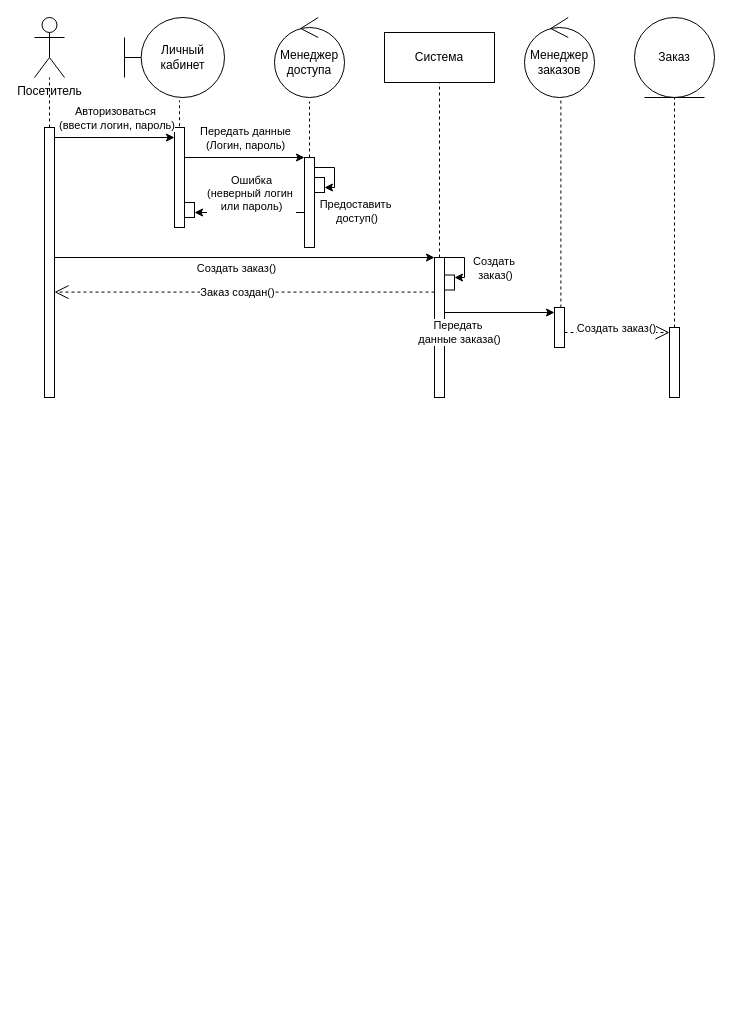
This is AKMS_4.drawio from mopsin666/AKMS, a draw.io file, before an edit. Source tidied: cells renumbered, new cells numbered last; positions are measured from the earlier drawing's top-left corner, leaving out a move shared by most shapes. Both pictures are drawn from the tidied source at 100%, with x=0, y=0 at pixel (34, 17).
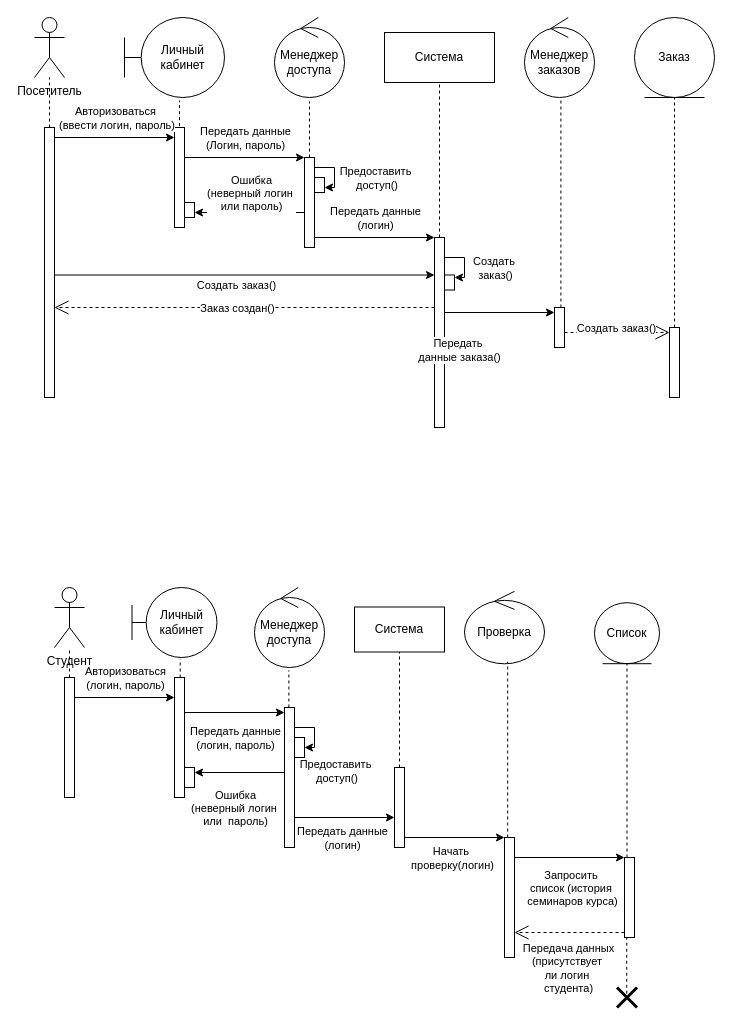
Above is the later version.

The change refers to these unchanged cells:
```xml
<mxCell id="14" style="edgeStyle=orthogonalEdgeStyle;rounded=0;jettySize=auto;html=1;curved=0;" parent="1" edge="1" source="16" target="20">
  <mxGeometry relative="1" as="geometry">
    <Array as="points">
      <mxPoint x="300" y="150" />
      <mxPoint x="300" y="170" />
    </Array>
  </mxGeometry>
</mxCell>
<mxCell id="16" style="html=1;points=[[0,0,0,0,5],[0,1,0,0,-5],[1,0,0,0,5],[1,1,0,0,-5]];perimeter=orthogonalPerimeter;outlineConnect=0;targetShapes=umlLifeline;portConstraint=eastwest;newEdgeStyle={&quot;curved&quot;:0,&quot;rounded&quot;:0};" parent="1" vertex="1">
  <mxGeometry x="270" y="140" width="10" height="90" as="geometry" />
</mxCell>
```

Change to the diagram source:
```diff
@@
     <mxCell id="15" value="Предоставить&lt;div&gt;&amp;nbsp;доступ()&lt;/div&gt;" style="edgeLabel;html=1;align=center;verticalAlign=middle;" parent="14" vertex="1">
       <mxGeometry x="-0.21" y="-1" relative="1" as="geometry">
-        <mxPoint x="21" y="43" as="offset" />
+        <mxPoint x="41" y="10" as="offset" />
       </mxGeometry>
     </mxCell>
@@
     <mxCell id="25" style="html=1;points=[[0,0,0,0,5],[0,1,0,0,-5],[1,0,0,0,5],[1,1,0,0,-5]];perimeter=orthogonalPerimeter;outlineConnect=0;targetShapes=umlLifeline;portConstraint=eastwest;newEdgeStyle={&quot;curved&quot;:0,&quot;rounded&quot;:0};" parent="1" vertex="1">
-      <mxGeometry x="400" y="240" width="10" height="140" as="geometry" />
+      <mxGeometry x="400" y="220" width="10" height="190" as="geometry" />
     </mxCell>
     <mxCell id="26" style="endArrow=open;dashed=1;endFill=0;endSize=12;html=1;rounded=0;exitX=0;exitY=1;exitDx=0;exitDy=-5;exitPerimeter=0;" parent="1" edge="1">
       <mxGeometry relative="1" as="geometry">
-        <mxPoint x="400" y="274.6" as="sourcePoint" />
-        <mxPoint x="20" y="274.6" as="targetPoint" />
+        <mxPoint x="400" y="290" as="sourcePoint" />
+        <mxPoint x="20" y="290" as="targetPoint" />
       </mxGeometry>
     </mxCell>
@@
     <mxCell id="28" style="endArrow=classic;html=1;rounded=0;entryX=0;entryY=0.5;entryDx=0;entryDy=0;entryPerimeter=0;" parent="1" edge="1">
       <mxGeometry relative="1" as="geometry">
-        <mxPoint x="20" y="240" as="sourcePoint" />
-        <mxPoint x="400" y="240" as="targetPoint" />
+        <mxPoint x="20" y="257.5" as="sourcePoint" />
+        <mxPoint x="400" y="257.5" as="targetPoint" />
       </mxGeometry>
     </mxCell>
@@
+    <mxCell id="41" value="Студент" style="shape=umlActor;verticalLabelPosition=bottom;verticalAlign=top;html=1;outlineConnect=0;" parent="1" vertex="1">
+      <mxGeometry x="20" y="570" width="30" height="60" as="geometry" />
+    </mxCell>
+    <mxCell id="42" value="Личный кабинет" style="shape=umlBoundary;whiteSpace=wrap;html=1;" parent="1" vertex="1">
+      <mxGeometry x="97.5" y="570" width="85" height="70" as="geometry" />
+    </mxCell>
+    <mxCell id="43" value="Менеджер доступа" style="ellipse;shape=umlControl;whiteSpace=wrap;html=1;" parent="1" vertex="1">
+      <mxGeometry x="220" y="570" width="70" height="80" as="geometry" />
+    </mxCell>
+    <mxCell id="44" value="Проверка" style="ellipse;shape=umlControl;whiteSpace=wrap;html=1;" parent="1" vertex="1">
+      <mxGeometry x="430" y="573.8" width="80" height="72.5" as="geometry" />
+    </mxCell>
+    <mxCell id="45" value="Список" style="ellipse;shape=umlEntity;whiteSpace=wrap;html=1;" parent="1" vertex="1">
+      <mxGeometry x="560" y="585.2" width="65" height="61" as="geometry" />
+    </mxCell>
+    <mxCell id="46" style="html=1;points=[[0,0,0,0,5],[0,1,0,0,-5],[1,0,0,0,5],[1,1,0,0,-5]];perimeter=orthogonalPerimeter;outlineConnect=0;targetShapes=umlLifeline;portConstraint=eastwest;newEdgeStyle={&quot;curved&quot;:0,&quot;rounded&quot;:0};" parent="1" vertex="1">
+      <mxGeometry x="30" y="660" width="10" height="120" as="geometry" />
+    </mxCell>
+    <mxCell id="47" style="endArrow=none;dashed=1;html=1;rounded=0;" parent="1" edge="1" source="46" target="41">
+      <mxGeometry relative="1" as="geometry" />
+    </mxCell>
+    <mxCell id="48" style="html=1;points=[[0,0,0,0,5],[0,1,0,0,-5],[1,0,0,0,5],[1,1,0,0,-5]];perimeter=orthogonalPerimeter;outlineConnect=0;targetShapes=umlLifeline;portConstraint=eastwest;newEdgeStyle={&quot;curved&quot;:0,&quot;rounded&quot;:0};" parent="1" vertex="1">
+      <mxGeometry x="140" y="660" width="10" height="120" as="geometry" />
+    </mxCell>
+    <mxCell id="49" style="endArrow=none;dashed=1;html=1;rounded=0;entryX=0.567;entryY=1.022;entryDx=0;entryDy=0;entryPerimeter=0;" parent="1" edge="1" source="48" target="42">
+      <mxGeometry relative="1" as="geometry" />
+    </mxCell>
+    <mxCell id="50" style="endArrow=classic;html=1;rounded=0;" parent="1" edge="1" source="46">
+      <mxGeometry relative="1" as="geometry">
+        <mxPoint x="140" y="680" as="targetPoint" />
+      </mxGeometry>
+    </mxCell>
+    <mxCell id="51" value="Авторизоваться&lt;div&gt;(логин, пароль)&lt;/div&gt;" style="edgeLabel;html=1;align=center;verticalAlign=middle;" parent="50" vertex="1">
+      <mxGeometry x="-0.14" relative="1" as="geometry">
+        <mxPoint x="7" y="-20" as="offset" />
+      </mxGeometry>
+    </mxCell>
+    <mxCell id="52" style="endArrow=none;dashed=1;html=1;rounded=0;entryX=0.491;entryY=1.035;entryDx=0;entryDy=0;entryPerimeter=0;" parent="1" edge="1" source="53" target="43">
+      <mxGeometry relative="1" as="geometry" />
+    </mxCell>
+    <mxCell id="53" style="html=1;points=[[0,0,0,0,5],[0,1,0,0,-5],[1,0,0,0,5],[1,1,0,0,-5]];perimeter=orthogonalPerimeter;outlineConnect=0;targetShapes=umlLifeline;portConstraint=eastwest;newEdgeStyle={&quot;curved&quot;:0,&quot;rounded&quot;:0};" parent="1" vertex="1">
+      <mxGeometry x="250" y="690" width="10" height="140" as="geometry" />
+    </mxCell>
+    <mxCell id="54" style="endArrow=classic;html=1;rounded=0;entryX=0;entryY=0;entryDx=0;entryDy=5;entryPerimeter=0;" parent="1" edge="1" source="48" target="53">
+      <mxGeometry relative="1" as="geometry" />
+    </mxCell>
+    <mxCell id="55" value="Передать данные&lt;br&gt;&lt;div&gt;(логин, пароль)&lt;/div&gt;" style="edgeLabel;html=1;align=center;verticalAlign=middle;" parent="54" vertex="1">
+      <mxGeometry x="-0.14" relative="1" as="geometry">
+        <mxPoint x="7" y="25" as="offset" />
+      </mxGeometry>
+    </mxCell>
+    <mxCell id="56" style="html=1;perimeter=orthogonalPerimeter;targetShapes=umlLifeline;newEdgeStyle={&quot;curved&quot;:0,&quot;rounded&quot;:0};" parent="1" vertex="1">
+      <mxGeometry x="260" y="720" width="10" height="20" as="geometry" />
+    </mxCell>
+    <mxCell id="57" style="edgeStyle=orthogonalEdgeStyle;rounded=0;orthogonalLoop=1;jettySize=auto;html=1;curved=0;" parent="1" edge="1">
+      <mxGeometry relative="1" as="geometry">
+        <mxPoint x="260" y="710" as="sourcePoint" />
+        <mxPoint x="270" y="730" as="targetPoint" />
+        <Array as="points">
+          <mxPoint x="280" y="710" />
+          <mxPoint x="280" y="730" />
+        </Array>
+      </mxGeometry>
+    </mxCell>
+    <mxCell id="58" value="Предоставить&lt;div&gt;&amp;nbsp;доступ()&lt;/div&gt;" style="edgeLabel;html=1;align=center;verticalAlign=middle;" parent="57" vertex="1">
+      <mxGeometry x="-0.21" y="-1" relative="1" as="geometry">
+        <mxPoint x="21" y="43" as="offset" />
+      </mxGeometry>
+    </mxCell>
+    <mxCell id="59" style="html=1;points=[[0,0,0,0,5],[0,1,0,0,-5],[1,0,0,0,5],[1,1,0,0,-5]];perimeter=orthogonalPerimeter;outlineConnect=0;targetShapes=umlLifeline;portConstraint=eastwest;newEdgeStyle={&quot;curved&quot;:0,&quot;rounded&quot;:0};" parent="1" vertex="1">
+      <mxGeometry x="150" y="750" width="10" height="20" as="geometry" />
+    </mxCell>
+    <mxCell id="60" style="endArrow=classic;html=1;rounded=0;entryX=1;entryY=0;entryDx=0;entryDy=5;entryPerimeter=0;" parent="1" edge="1" source="53" target="59">
+      <mxGeometry relative="1" as="geometry" />
+    </mxCell>
+    <mxCell id="61" value="Ошибка&lt;div&gt;(неверный логин&amp;nbsp;&lt;/div&gt;&lt;div&gt;или&amp;nbsp; пароль)&lt;/div&gt;" style="edgeLabel;html=1;align=center;verticalAlign=middle;" parent="60" vertex="1">
+      <mxGeometry x="-0.14" relative="1" as="geometry">
+        <mxPoint x="-11" y="35" as="offset" />
+      </mxGeometry>
+    </mxCell>
+    <mxCell id="62" style="endArrow=none;dashed=1;html=1;rounded=0;entryX=0.54;entryY=0.973;entryDx=0;entryDy=0;entryPerimeter=0;" parent="1" edge="1" source="63" target="44">
+      <mxGeometry relative="1" as="geometry" />
+    </mxCell>
+    <mxCell id="63" style="html=1;points=[[0,0,0,0,5],[0,1,0,0,-5],[1,0,0,0,5],[1,1,0,0,-5]];perimeter=orthogonalPerimeter;outlineConnect=0;targetShapes=umlLifeline;portConstraint=eastwest;newEdgeStyle={&quot;curved&quot;:0,&quot;rounded&quot;:0};" parent="1" vertex="1">
+      <mxGeometry x="470" y="820" width="10" height="120" as="geometry" />
+    </mxCell>
+    <mxCell id="64" value="Система" style="html=1;whiteSpace=wrap;" parent="1" vertex="1">
+      <mxGeometry x="320" y="589.5" width="90" height="45" as="geometry" />
+    </mxCell>
+    <mxCell id="65" style="html=1;points=[[0,0,0,0,5],[0,1,0,0,-5],[1,0,0,0,5],[1,1,0,0,-5]];perimeter=orthogonalPerimeter;outlineConnect=0;targetShapes=umlLifeline;portConstraint=eastwest;newEdgeStyle={&quot;curved&quot;:0,&quot;rounded&quot;:0};" parent="1" vertex="1">
+      <mxGeometry x="360" y="750" width="10" height="80" as="geometry" />
+    </mxCell>
+    <mxCell id="66" style="endArrow=none;dashed=1;html=1;rounded=0;entryX=0.5;entryY=1;entryDx=0;entryDy=0;" parent="1" edge="1" source="65" target="64">
+      <mxGeometry relative="1" as="geometry" />
+    </mxCell>
+    <mxCell id="67" style="endArrow=classic;html=1;rounded=0;" parent="1" edge="1" source="16" target="25">
+      <mxGeometry relative="1" as="geometry" />
+    </mxCell>
+    <mxCell id="68" value="Передать данные&lt;div&gt;(логин)&lt;/div&gt;" style="edgeLabel;html=1;align=center;verticalAlign=middle;" parent="67" vertex="1">
+      <mxGeometry x="0.32" y="-3" relative="1" as="geometry">
+        <mxPoint x="-19" y="-23" as="offset" />
+      </mxGeometry>
+    </mxCell>
+    <mxCell id="69" style="endArrow=classic;html=1;rounded=0;" parent="1" edge="1" target="65">
+      <mxGeometry relative="1" as="geometry">
+        <mxPoint x="260" y="800" as="sourcePoint" />
+      </mxGeometry>
+    </mxCell>
+    <mxCell id="70" value="Передать данные&lt;div&gt;(логин)&lt;/div&gt;" style="edgeLabel;html=1;align=center;verticalAlign=middle;" parent="69" vertex="1">
+      <mxGeometry x="0.32" y="-3" relative="1" as="geometry">
+        <mxPoint x="-19" y="17" as="offset" />
+      </mxGeometry>
+    </mxCell>
+    <mxCell id="71" style="endArrow=classic;html=1;rounded=0;" parent="1" edge="1">
+      <mxGeometry relative="1" as="geometry">
+        <mxPoint x="370" y="820" as="sourcePoint" />
+        <mxPoint x="470" y="820" as="targetPoint" />
+      </mxGeometry>
+    </mxCell>
+    <mxCell id="72" value="Начать&amp;nbsp;&lt;div&gt;проверку(логин)&lt;/div&gt;" style="edgeLabel;html=1;align=center;verticalAlign=middle;" parent="71" vertex="1">
+      <mxGeometry x="0.32" y="-3" relative="1" as="geometry">
+        <mxPoint x="-19" y="17" as="offset" />
+      </mxGeometry>
+    </mxCell>
+    <mxCell id="73" style="endArrow=classic;html=1;rounded=0;" parent="1" edge="1" source="63">
+      <mxGeometry relative="1" as="geometry">
+        <mxPoint x="590" y="840" as="targetPoint" />
+      </mxGeometry>
+    </mxCell>
+    <mxCell id="74" value="Запросить&amp;nbsp;&lt;div&gt;список (история&amp;nbsp;&lt;/div&gt;&lt;div&gt;семинаров курса)&lt;/div&gt;" style="edgeLabel;html=1;align=center;verticalAlign=middle;" parent="73" vertex="1">
+      <mxGeometry x="0.32" y="-3" relative="1" as="geometry">
+        <mxPoint x="-16" y="27" as="offset" />
+      </mxGeometry>
+    </mxCell>
+    <mxCell id="75" style="html=1;points=[[0,0,0,0,5],[0,1,0,0,-5],[1,0,0,0,5],[1,1,0,0,-5]];perimeter=orthogonalPerimeter;outlineConnect=0;targetShapes=umlLifeline;portConstraint=eastwest;newEdgeStyle={&quot;curved&quot;:0,&quot;rounded&quot;:0};" parent="1" vertex="1">
+      <mxGeometry x="590" y="840" width="10" height="80" as="geometry" />
+    </mxCell>
+    <mxCell id="76" style="endArrow=none;dashed=1;html=1;rounded=0;entryX=0.5;entryY=1;entryDx=0;entryDy=0;" parent="1" edge="1" source="75" target="45">
+      <mxGeometry relative="1" as="geometry" />
+    </mxCell>
+    <mxCell id="77" style="endArrow=none;dashed=1;html=1;rounded=0;exitX=0.487;exitY=0.313;exitDx=0;exitDy=0;exitPerimeter=0;" parent="1" edge="1" source="78" target="75">
+      <mxGeometry relative="1" as="geometry" />
+    </mxCell>
+    <mxCell id="78" style="shape=umlDestroy;whiteSpace=wrap;html=1;strokeWidth=3;targetShapes=umlLifeline;" parent="1" vertex="1">
+      <mxGeometry x="582.5" y="970" width="20" height="20" as="geometry" />
+    </mxCell>
+    <mxCell id="79" style="endArrow=open;dashed=1;endFill=0;endSize=12;html=1;rounded=0;exitX=0;exitY=1;exitDx=0;exitDy=-5;exitPerimeter=0;" parent="1" edge="1" source="75" target="63">
+      <mxGeometry relative="1" as="geometry" />
+    </mxCell>
+    <mxCell id="80" value="Передача данных&lt;div&gt;(присутствует&amp;nbsp;&lt;/div&gt;&lt;div&gt;ли логин&amp;nbsp;&lt;/div&gt;&lt;div&gt;студента)&lt;/div&gt;" style="edgeLabel;html=1;align=center;verticalAlign=middle;" parent="79" vertex="1">
+      <mxGeometry x="0.04" relative="1" as="geometry">
+        <mxPoint y="35" as="offset" />
+      </mxGeometry>
+    </mxCell>
```
